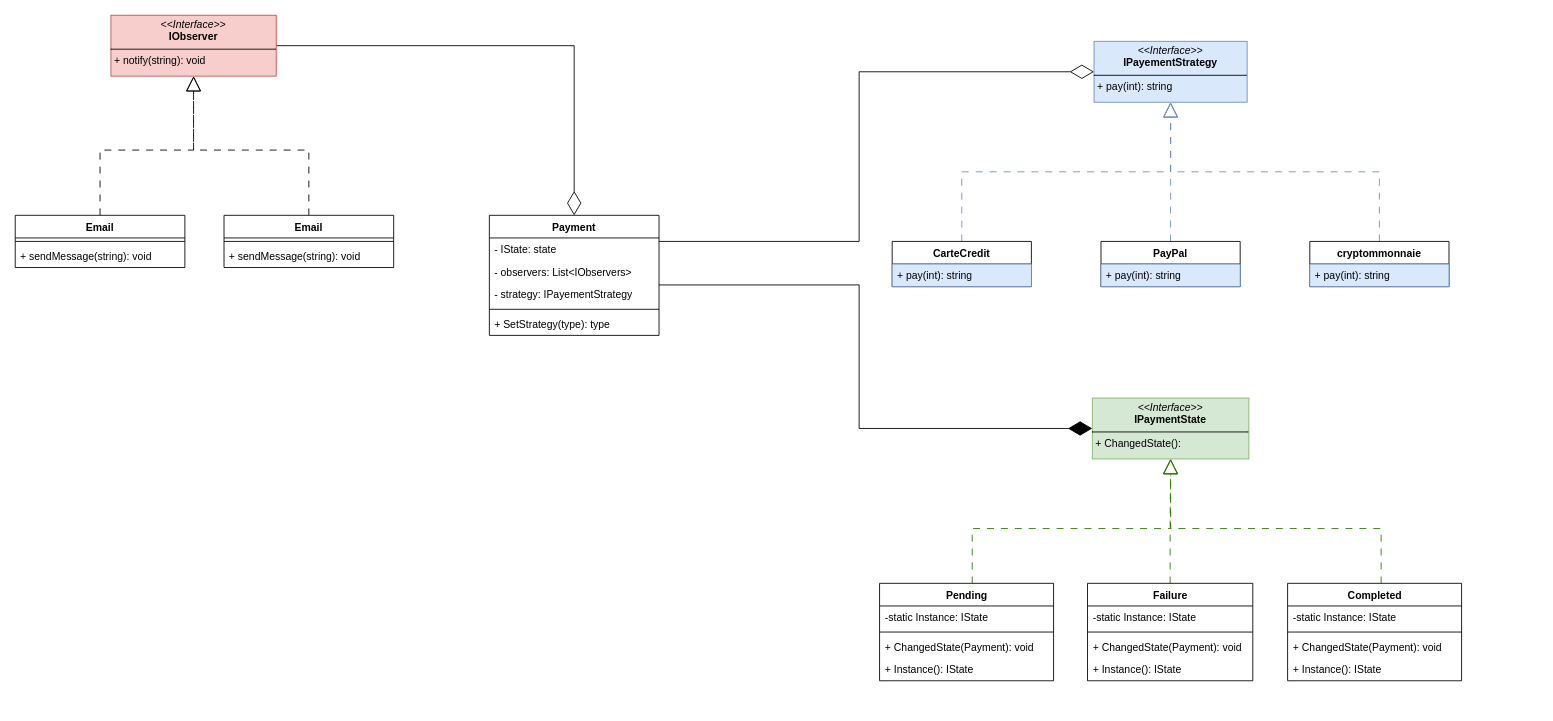
Above: SI_Devoir5.drawio in MAUI-SI-IOS/SI_Devoir5 (draw.io), before the change. Source tidied: cells renumbered, new cells numbered last; positions are measured from the earlier drawing's top-left corner, leaving out a move shared by most shapes. Both pictures are drawn from the tidied source at 87%, with x=0, y=0 at pixel (15, 15).
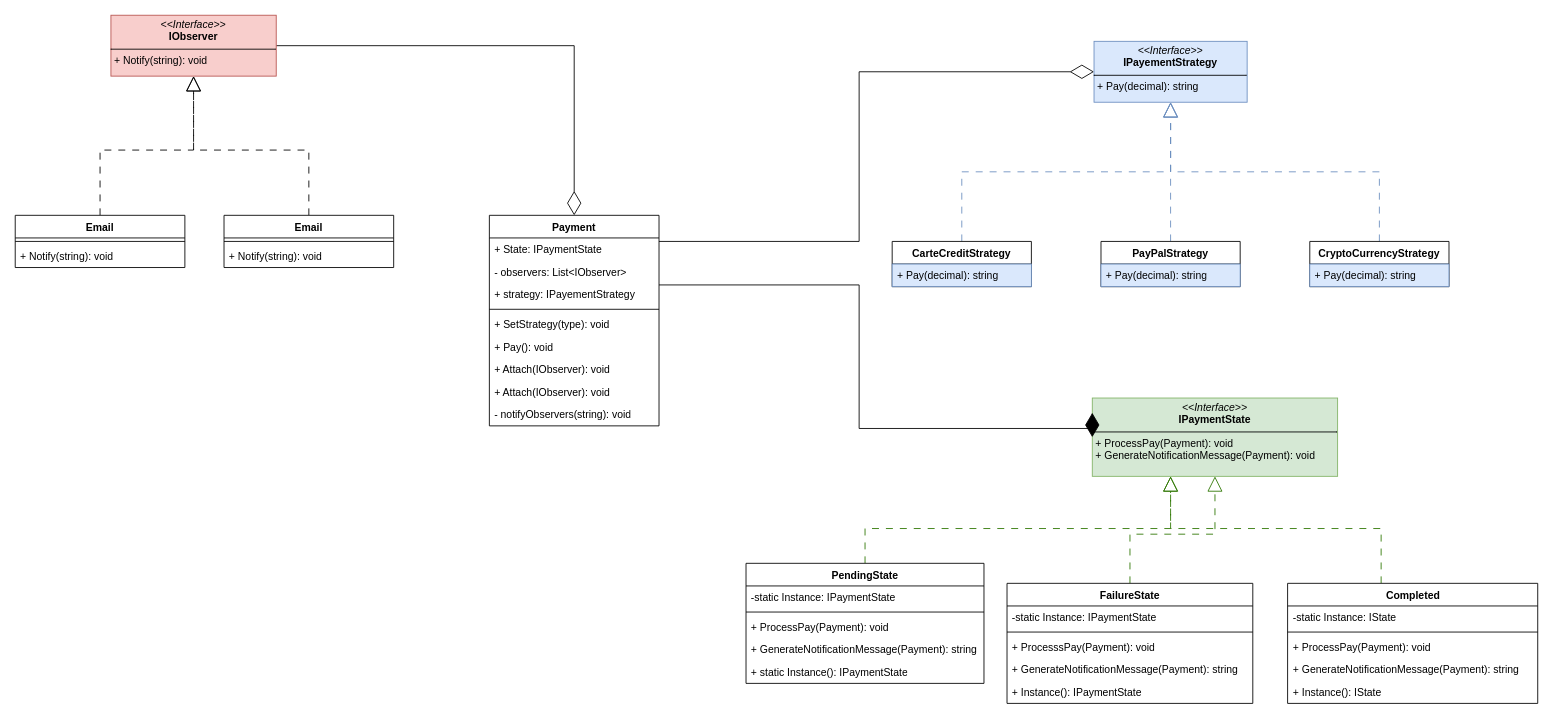
The same diagram, later.

Commit message:
Update SI_Devoir5.drawio to match code

The change refers to these unchanged cells:
```xml
<mxCell id="42" value="Email" style="swimlane;fontStyle=1;align=center;verticalAlign=top;horizontal=1;startSize=26;whiteSpace=wrap;html=1;" parent="1" vertex="1">
  <mxGeometry x="240" y="230" width="195" height="60" as="geometry" />
</mxCell>
<mxCell id="46" value="Email" style="swimlane;fontStyle=1;align=center;verticalAlign=top;horizontal=1;startSize=26;whiteSpace=wrap;html=1;" parent="1" vertex="1">
  <mxGeometry y="230" width="195" height="60" as="geometry" />
</mxCell>
```

The edit, as a diff of the source:
```diff
@@
-    <mxCell id="3" value="CarteCredit" style="swimlane;fontStyle=1;align=center;verticalAlign=top;horizontal=1;startSize=26;whiteSpace=wrap;html=1;" parent="1" vertex="1">
+    <mxCell id="3" value="CarteCreditStrategy" style="swimlane;fontStyle=1;align=center;verticalAlign=top;horizontal=1;startSize=26;whiteSpace=wrap;html=1;" parent="1" vertex="1">
       <mxGeometry x="1008" y="260" width="160" height="52" as="geometry" />
     </mxCell>
-    <mxCell id="4" value="+ pay(int): string" style="text;strokeColor=#6c8ebf;fillColor=#dae8fc;align=left;verticalAlign=top;spacingLeft=4;spacingRight=4;overflow=hidden;whiteSpace=wrap;html=1;" parent="3" vertex="1">
+    <mxCell id="4" value="+ Pay(decimal): string" style="text;strokeColor=#6c8ebf;fillColor=#dae8fc;align=left;verticalAlign=top;spacingLeft=4;spacingRight=4;overflow=hidden;whiteSpace=wrap;html=1;" parent="3" vertex="1">
       <mxGeometry y="26" width="160" height="26" as="geometry" />
     </mxCell>
@@
-    <mxCell id="6" value="PayPal" style="swimlane;fontStyle=1;align=center;verticalAlign=top;horizontal=1;startSize=26;whiteSpace=wrap;html=1;" parent="1" vertex="1">
+    <mxCell id="6" value="PayPalStrategy" style="swimlane;fontStyle=1;align=center;verticalAlign=top;horizontal=1;startSize=26;whiteSpace=wrap;html=1;" parent="1" vertex="1">
       <mxGeometry x="1248" y="260" width="160" height="52" as="geometry" />
     </mxCell>
-    <mxCell id="7" value="+ pay(int): string" style="text;strokeColor=#6c8ebf;fillColor=#dae8fc;align=left;verticalAlign=top;spacingLeft=4;spacingRight=4;overflow=hidden;whiteSpace=wrap;html=1;" parent="6" vertex="1">
+    <mxCell id="7" value="+ Pay(decimal): string" style="text;strokeColor=#6c8ebf;fillColor=#dae8fc;align=left;verticalAlign=top;spacingLeft=4;spacingRight=4;overflow=hidden;whiteSpace=wrap;html=1;" parent="6" vertex="1">
       <mxGeometry y="26" width="160" height="26" as="geometry" />
     </mxCell>
@@
-    <mxCell id="9" value="cryptommonnaie" style="swimlane;fontStyle=1;align=center;verticalAlign=top;horizontal=1;startSize=26;whiteSpace=wrap;html=1;" parent="1" vertex="1">
+    <mxCell id="9" value="CryptoCurrencyStrategy" style="swimlane;fontStyle=1;align=center;verticalAlign=top;horizontal=1;startSize=26;whiteSpace=wrap;html=1;" parent="1" vertex="1">
       <mxGeometry x="1488" y="260" width="160" height="52" as="geometry" />
     </mxCell>
-    <mxCell id="10" value="+ pay(int): string" style="text;strokeColor=#6c8ebf;fillColor=#dae8fc;align=left;verticalAlign=top;spacingLeft=4;spacingRight=4;overflow=hidden;whiteSpace=wrap;html=1;" parent="9" vertex="1">
+    <mxCell id="10" value="+ Pay(decimal): string" style="text;strokeColor=#6c8ebf;fillColor=#dae8fc;align=left;verticalAlign=top;spacingLeft=4;spacingRight=4;overflow=hidden;whiteSpace=wrap;html=1;" parent="9" vertex="1">
       <mxGeometry y="26" width="160" height="26" as="geometry" />
     </mxCell>
-    <mxCell id="11" value="&lt;p style=&quot;margin:0px;margin-top:4px;text-align:center;&quot;&gt;&lt;i&gt;&amp;lt;&amp;lt;Interface&amp;gt;&amp;gt;&lt;/i&gt;&lt;br&gt;&lt;b&gt;IPaymentState&lt;/b&gt;&lt;/p&gt;&lt;hr size=&quot;1&quot; style=&quot;border-style:solid;&quot;&gt;&lt;p style=&quot;margin:0px;margin-left:4px;&quot;&gt;+ ChangedState():&amp;nbsp;&lt;/p&gt;&lt;p style=&quot;margin:0px;margin-left:4px;&quot;&gt;&lt;br&gt;&lt;/p&gt;" style="verticalAlign=top;align=left;overflow=fill;html=1;whiteSpace=wrap;fillColor=#d5e8d4;strokeColor=#82b366;" parent="1" vertex="1">
-      <mxGeometry x="1238" y="440" width="180" height="70" as="geometry" />
+    <mxCell id="11" value="&lt;p style=&quot;margin:0px;margin-top:4px;text-align:center;&quot;&gt;&lt;i&gt;&amp;lt;&amp;lt;Interface&amp;gt;&amp;gt;&lt;/i&gt;&lt;br&gt;&lt;b&gt;IPaymentState&lt;/b&gt;&lt;/p&gt;&lt;hr size=&quot;1&quot; style=&quot;border-style:solid;&quot;&gt;&lt;p style=&quot;margin:0px;margin-left:4px;&quot;&gt;+ ProcessPay(Payment): void&lt;/p&gt;&lt;p style=&quot;margin:0px;margin-left:4px;&quot;&gt;+ GenerateNotificationMessage(Payment): void&lt;/p&gt;" style="verticalAlign=top;align=left;overflow=fill;html=1;whiteSpace=wrap;fillColor=#d5e8d4;strokeColor=#82b366;" parent="1" vertex="1">
+      <mxGeometry x="1238" y="440" width="282" height="90" as="geometry" />
     </mxCell>
-    <mxCell id="12" value="&lt;p style=&quot;margin:0px;margin-top:4px;text-align:center;&quot;&gt;&lt;i&gt;&amp;lt;&amp;lt;Interface&amp;gt;&amp;gt;&lt;/i&gt;&lt;br&gt;&lt;b&gt;IPayementStrategy&lt;/b&gt;&lt;/p&gt;&lt;hr size=&quot;1&quot; style=&quot;border-style:solid;&quot;&gt;&lt;p style=&quot;margin:0px;margin-left:4px;&quot;&gt;+ pay(int): string&lt;/p&gt;&lt;p style=&quot;margin:0px;margin-left:4px;&quot;&gt;&lt;br&gt;&lt;/p&gt;" style="verticalAlign=top;align=left;overflow=fill;html=1;whiteSpace=wrap;fillColor=#dae8fc;strokeColor=#6c8ebf;" parent="1" vertex="1">
+    <mxCell id="12" value="&lt;p style=&quot;margin:0px;margin-top:4px;text-align:center;&quot;&gt;&lt;i&gt;&amp;lt;&amp;lt;Interface&amp;gt;&amp;gt;&lt;/i&gt;&lt;br&gt;&lt;b&gt;IPayementStrategy&lt;/b&gt;&lt;/p&gt;&lt;hr size=&quot;1&quot; style=&quot;border-style:solid;&quot;&gt;&lt;p style=&quot;margin:0px;margin-left:4px;&quot;&gt;+ Pay(decimal): string&lt;/p&gt;&lt;p style=&quot;margin:0px;margin-left:4px;&quot;&gt;&lt;br&gt;&lt;/p&gt;" style="verticalAlign=top;align=left;overflow=fill;html=1;whiteSpace=wrap;fillColor=#dae8fc;strokeColor=#6c8ebf;" parent="1" vertex="1">
       <mxGeometry x="1240" y="30" width="176" height="70" as="geometry" />
     </mxCell>
     <mxCell id="13" style="edgeStyle=orthogonalEdgeStyle;rounded=0;jettySize=auto;html=1;endArrow=block;endFill=0;endSize=15;dashed=1;dashPattern=8 8;fillColor=#60a917;strokeColor=#2D7600;" parent="1" edge="1" source="14" target="11">
       <mxGeometry relative="1" as="geometry">
         <Array as="points">
-          <mxPoint x="1100" y="590" />
+          <mxPoint x="977" y="590" />
           <mxPoint x="1328" y="590" />
         </Array>
       </mxGeometry>
     </mxCell>
-    <mxCell id="14" value="Pending" style="swimlane;fontStyle=1;align=center;verticalAlign=top;horizontal=1;startSize=26;whiteSpace=wrap;html=1;" parent="1" vertex="1">
-      <mxGeometry x="993.5" y="653" width="200" height="112" as="geometry" />
+    <mxCell id="14" value="PendingState" style="swimlane;fontStyle=1;align=center;verticalAlign=top;horizontal=1;startSize=26;whiteSpace=wrap;html=1;" parent="1" vertex="1">
+      <mxGeometry x="840" y="630" width="273.5" height="138" as="geometry" />
     </mxCell>
-    <mxCell id="15" value="-static Instance: IState" style="text;strokeColor=none;fillColor=none;align=left;verticalAlign=top;spacingLeft=4;spacingRight=4;overflow=hidden;whiteSpace=wrap;html=1;" parent="14" vertex="1">
-      <mxGeometry y="26" width="200" height="26" as="geometry" />
+    <mxCell id="15" value="-static Instance: IPaymentState" style="text;strokeColor=none;fillColor=none;align=left;verticalAlign=top;spacingLeft=4;spacingRight=4;overflow=hidden;whiteSpace=wrap;html=1;" parent="14" vertex="1">
+      <mxGeometry y="26" width="273.5" height="26" as="geometry" />
     </mxCell>
     <mxCell id="16" style="line;strokeWidth=1;fillColor=none;align=left;verticalAlign=middle;spacingTop=-1;spacingLeft=3;spacingRight=3;labelPosition=right;strokeColor=inherit;" parent="14" vertex="1">
-      <mxGeometry y="52" width="200" height="8" as="geometry" />
+      <mxGeometry y="52" width="273.5" height="8" as="geometry" />
     </mxCell>
+    <mxCell id="49" value="+ ProcessPay&lt;span style=&quot;background-color: transparent; color: light-dark(rgb(0, 0, 0), rgb(255, 255, 255));&quot;&gt;(Payment): void&lt;/span&gt;" style="text;strokeColor=none;fillColor=none;align=left;verticalAlign=top;spacingLeft=4;spacingRight=4;overflow=hidden;whiteSpace=wrap;html=1;" parent="14" vertex="1">
+      <mxGeometry y="60" width="273.5" height="26" as="geometry" />
+    </mxCell>
-    <mxCell id="17" value="+ ChangedState(Payment): void" style="text;strokeColor=none;fillColor=none;align=left;verticalAlign=top;spacingLeft=4;spacingRight=4;overflow=hidden;whiteSpace=wrap;html=1;" parent="14" vertex="1">
-      <mxGeometry y="60" width="200" height="26" as="geometry" />
+    <mxCell id="17" value="+ GenerateNotificationMessage&lt;span style=&quot;background-color: transparent; color: light-dark(rgb(0, 0, 0), rgb(255, 255, 255));&quot;&gt;(Payment): string&lt;/span&gt;" style="text;strokeColor=none;fillColor=none;align=left;verticalAlign=top;spacingLeft=4;spacingRight=4;overflow=hidden;whiteSpace=wrap;html=1;" parent="14" vertex="1">
+      <mxGeometry y="86" width="273.5" height="26" as="geometry" />
     </mxCell>
-    <mxCell id="18" value="+ Instance(): IState" style="text;strokeColor=none;fillColor=none;align=left;verticalAlign=top;spacingLeft=4;spacingRight=4;overflow=hidden;whiteSpace=wrap;html=1;" parent="14" vertex="1">
-      <mxGeometry y="86" width="200" height="26" as="geometry" />
+    <mxCell id="18" value="+ static Instance(): IPaymentState" style="text;strokeColor=none;fillColor=none;align=left;verticalAlign=top;spacingLeft=4;spacingRight=4;overflow=hidden;whiteSpace=wrap;html=1;" parent="14" vertex="1">
+      <mxGeometry y="112" width="273.5" height="26" as="geometry" />
     </mxCell>
@@
-    <mxCell id="20" value="Failure" style="swimlane;fontStyle=1;align=center;verticalAlign=top;horizontal=1;startSize=26;whiteSpace=wrap;html=1;" parent="1" vertex="1">
-      <mxGeometry x="1232.5" y="653" width="190" height="112" as="geometry" />
+    <mxCell id="20" value="FailureState" style="swimlane;fontStyle=1;align=center;verticalAlign=top;horizontal=1;startSize=26;whiteSpace=wrap;html=1;" parent="1" vertex="1">
+      <mxGeometry x="1140" y="653" width="282.5" height="138" as="geometry" />
     </mxCell>
-    <mxCell id="21" value="-static Instance: IState" style="text;strokeColor=none;fillColor=none;align=left;verticalAlign=top;spacingLeft=4;spacingRight=4;overflow=hidden;whiteSpace=wrap;html=1;" parent="20" vertex="1">
-      <mxGeometry y="26" width="190" height="26" as="geometry" />
+    <mxCell id="21" value="-static Instance: IPaymentState" style="text;strokeColor=none;fillColor=none;align=left;verticalAlign=top;spacingLeft=4;spacingRight=4;overflow=hidden;whiteSpace=wrap;html=1;" parent="20" vertex="1">
+      <mxGeometry y="26" width="282.5" height="26" as="geometry" />
     </mxCell>
     <mxCell id="22" style="line;strokeWidth=1;fillColor=none;align=left;verticalAlign=middle;spacingTop=-1;spacingLeft=3;spacingRight=3;labelPosition=right;strokeColor=inherit;" parent="20" vertex="1">
-      <mxGeometry y="52" width="190" height="8" as="geometry" />
+      <mxGeometry y="52" width="282.5" height="8" as="geometry" />
     </mxCell>
+    <mxCell id="50" value="+ ProcesssPay(Payment): void" style="text;strokeColor=none;fillColor=none;align=left;verticalAlign=top;spacingLeft=4;spacingRight=4;overflow=hidden;whiteSpace=wrap;html=1;" parent="20" vertex="1">
+      <mxGeometry y="60" width="282.5" height="26" as="geometry" />
+    </mxCell>
-    <mxCell id="23" value="+ ChangedState(Payment): void" style="text;strokeColor=none;fillColor=none;align=left;verticalAlign=top;spacingLeft=4;spacingRight=4;overflow=hidden;whiteSpace=wrap;html=1;" parent="20" vertex="1">
-      <mxGeometry y="60" width="190" height="26" as="geometry" />
+    <mxCell id="23" value="+ GenerateNotificationMessage(Payment): string" style="text;strokeColor=none;fillColor=none;align=left;verticalAlign=top;spacingLeft=4;spacingRight=4;overflow=hidden;whiteSpace=wrap;html=1;" parent="20" vertex="1">
+      <mxGeometry y="86" width="282.5" height="26" as="geometry" />
     </mxCell>
-    <mxCell id="24" value="+ Instance(): IState" style="text;strokeColor=none;fillColor=none;align=left;verticalAlign=top;spacingLeft=4;spacingRight=4;overflow=hidden;whiteSpace=wrap;html=1;" parent="20" vertex="1">
-      <mxGeometry y="86" width="190" height="26" as="geometry" />
+    <mxCell id="24" value="+ Instance(): IPaymentState" style="text;strokeColor=none;fillColor=none;align=left;verticalAlign=top;spacingLeft=4;spacingRight=4;overflow=hidden;whiteSpace=wrap;html=1;" parent="20" vertex="1">
+      <mxGeometry y="112" width="282.5" height="26" as="geometry" />
     </mxCell>
@@
     <mxCell id="26" value="Completed" style="swimlane;fontStyle=1;align=center;verticalAlign=top;horizontal=1;startSize=26;whiteSpace=wrap;html=1;" parent="1" vertex="1">
-      <mxGeometry x="1462.5" y="653" width="200" height="112" as="geometry" />
+      <mxGeometry x="1462.5" y="653" width="287.5" height="138" as="geometry" />
     </mxCell>
     <mxCell id="27" value="-static Instance: IState" style="text;strokeColor=none;fillColor=none;align=left;verticalAlign=top;spacingLeft=4;spacingRight=4;overflow=hidden;whiteSpace=wrap;html=1;" parent="26" vertex="1">
-      <mxGeometry y="26" width="200" height="26" as="geometry" />
+      <mxGeometry y="26" width="287.5" height="26" as="geometry" />
     </mxCell>
     <mxCell id="28" style="line;strokeWidth=1;fillColor=none;align=left;verticalAlign=middle;spacingTop=-1;spacingLeft=3;spacingRight=3;labelPosition=right;strokeColor=inherit;" parent="26" vertex="1">
-      <mxGeometry y="52" width="200" height="8" as="geometry" />
+      <mxGeometry y="52" width="287.5" height="8" as="geometry" />
     </mxCell>
-    <mxCell id="29" value="+ ChangedState(Payment): void" style="text;strokeColor=none;fillColor=none;align=left;verticalAlign=top;spacingLeft=4;spacingRight=4;overflow=hidden;whiteSpace=wrap;html=1;" parent="26" vertex="1">
-      <mxGeometry y="60" width="200" height="26" as="geometry" />
+    <mxCell id="29" value="+ ProcessPay(Payment): void" style="text;strokeColor=none;fillColor=none;align=left;verticalAlign=top;spacingLeft=4;spacingRight=4;overflow=hidden;whiteSpace=wrap;html=1;" parent="26" vertex="1">
+      <mxGeometry y="60" width="287.5" height="26" as="geometry" />
     </mxCell>
+    <mxCell id="51" value="+ GenerateNotificationMessage(Payment): string" style="text;strokeColor=none;fillColor=none;align=left;verticalAlign=top;spacingLeft=4;spacingRight=4;overflow=hidden;whiteSpace=wrap;html=1;" parent="26" vertex="1">
+      <mxGeometry y="86" width="287.5" height="26" as="geometry" />
+    </mxCell>
     <mxCell id="30" value="+ Instance(): IState" style="text;strokeColor=none;fillColor=none;align=left;verticalAlign=top;spacingLeft=4;spacingRight=4;overflow=hidden;whiteSpace=wrap;html=1;" parent="26" vertex="1">
-      <mxGeometry y="86" width="200" height="26" as="geometry" />
+      <mxGeometry y="112" width="287.5" height="26" as="geometry" />
     </mxCell>
@@
-    <mxCell id="32" value="&lt;p style=&quot;margin:0px;margin-top:4px;text-align:center;&quot;&gt;&lt;i&gt;&amp;lt;&amp;lt;Interface&amp;gt;&amp;gt;&lt;/i&gt;&lt;br&gt;&lt;b&gt;IObserver&lt;/b&gt;&lt;/p&gt;&lt;hr size=&quot;1&quot; style=&quot;border-style:solid;&quot;&gt;&lt;p style=&quot;margin:0px;margin-left:4px;&quot;&gt;+ notify(string): void&lt;/p&gt;" style="verticalAlign=top;align=left;overflow=fill;html=1;whiteSpace=wrap;fillColor=#f8cecc;strokeColor=#b85450;" parent="1" vertex="1">
+    <mxCell id="32" value="&lt;p style=&quot;margin:0px;margin-top:4px;text-align:center;&quot;&gt;&lt;i&gt;&amp;lt;&amp;lt;Interface&amp;gt;&amp;gt;&lt;/i&gt;&lt;br&gt;&lt;b&gt;IObserver&lt;/b&gt;&lt;/p&gt;&lt;hr size=&quot;1&quot; style=&quot;border-style:solid;&quot;&gt;&lt;p style=&quot;margin:0px;margin-left:4px;&quot;&gt;+ Notify(string): void&lt;/p&gt;" style="verticalAlign=top;align=left;overflow=fill;html=1;whiteSpace=wrap;fillColor=#f8cecc;strokeColor=#b85450;" parent="1" vertex="1">
       <mxGeometry x="110" width="190" height="70" as="geometry" />
     </mxCell>
@@
     <mxCell id="36" value="Payment" style="swimlane;fontStyle=1;align=center;verticalAlign=top;horizontal=1;startSize=26;whiteSpace=wrap;html=1;" parent="1" vertex="1">
-      <mxGeometry x="545" y="230" width="195" height="138" as="geometry" />
+      <mxGeometry x="545" y="230" width="195" height="242" as="geometry" />
     </mxCell>
-    <mxCell id="37" value="- IState: state" style="text;strokeColor=none;fillColor=none;align=left;verticalAlign=top;spacingLeft=4;spacingRight=4;overflow=hidden;whiteSpace=wrap;html=1;" parent="36" vertex="1">
+    <mxCell id="37" value="+ State: IPaymentState" style="text;strokeColor=none;fillColor=none;align=left;verticalAlign=top;spacingLeft=4;spacingRight=4;overflow=hidden;whiteSpace=wrap;html=1;" parent="36" vertex="1">
       <mxGeometry y="26" width="195" height="26" as="geometry" />
     </mxCell>
-    <mxCell id="38" value="- observers: List&amp;lt;IObservers&amp;gt;" style="text;strokeColor=none;fillColor=none;align=left;verticalAlign=top;spacingLeft=4;spacingRight=4;overflow=hidden;whiteSpace=wrap;html=1;" parent="36" vertex="1">
+    <mxCell id="38" value="- observers: List&amp;lt;IObserver&amp;gt;" style="text;strokeColor=none;fillColor=none;align=left;verticalAlign=top;spacingLeft=4;spacingRight=4;overflow=hidden;whiteSpace=wrap;html=1;" parent="36" vertex="1">
       <mxGeometry y="52" width="195" height="26" as="geometry" />
     </mxCell>
-    <mxCell id="39" value="- strategy: IPayementStrategy" style="text;strokeColor=none;fillColor=none;align=left;verticalAlign=top;spacingLeft=4;spacingRight=4;overflow=hidden;whiteSpace=wrap;html=1;" parent="36" vertex="1">
+    <mxCell id="39" value="+ strategy: IPayementStrategy" style="text;strokeColor=none;fillColor=none;align=left;verticalAlign=top;spacingLeft=4;spacingRight=4;overflow=hidden;whiteSpace=wrap;html=1;" parent="36" vertex="1">
       <mxGeometry y="78" width="195" height="26" as="geometry" />
     </mxCell>
@@
-    <mxCell id="41" value="+ SetStrategy(type): type" style="text;strokeColor=none;fillColor=none;align=left;verticalAlign=top;spacingLeft=4;spacingRight=4;overflow=hidden;whiteSpace=wrap;html=1;" parent="36" vertex="1">
+    <mxCell id="41" value="+ SetStrategy(type): void" style="text;strokeColor=none;fillColor=none;align=left;verticalAlign=top;spacingLeft=4;spacingRight=4;overflow=hidden;whiteSpace=wrap;html=1;" parent="36" vertex="1">
       <mxGeometry y="112" width="195" height="26" as="geometry" />
     </mxCell>
+    <mxCell id="52" value="+ Pay(): void" style="text;strokeColor=none;fillColor=none;align=left;verticalAlign=top;spacingLeft=4;spacingRight=4;overflow=hidden;whiteSpace=wrap;html=1;" parent="36" vertex="1">
+      <mxGeometry y="138" width="195" height="26" as="geometry" />
+    </mxCell>
+    <mxCell id="53" value="+ Attach(IObserver): void" style="text;strokeColor=none;fillColor=none;align=left;verticalAlign=top;spacingLeft=4;spacingRight=4;overflow=hidden;whiteSpace=wrap;html=1;" parent="36" vertex="1">
+      <mxGeometry y="164" width="195" height="26" as="geometry" />
+    </mxCell>
+    <mxCell id="54" value="+ Attach(IObserver): void" style="text;strokeColor=none;fillColor=none;align=left;verticalAlign=top;spacingLeft=4;spacingRight=4;overflow=hidden;whiteSpace=wrap;html=1;" parent="36" vertex="1">
+      <mxGeometry y="190" width="195" height="26" as="geometry" />
+    </mxCell>
+    <mxCell id="55" value="- notifyObservers(string): void" style="text;strokeColor=none;fillColor=none;align=left;verticalAlign=top;spacingLeft=4;spacingRight=4;overflow=hidden;whiteSpace=wrap;html=1;" parent="36" vertex="1">
+      <mxGeometry y="216" width="195" height="26" as="geometry" />
+    </mxCell>
@@
-    <mxCell id="44" value="+ sendMessage(string): void" style="text;strokeColor=none;fillColor=none;align=left;verticalAlign=top;spacingLeft=4;spacingRight=4;overflow=hidden;whiteSpace=wrap;html=1;" parent="42" vertex="1">
+    <mxCell id="44" value="+ Notify(string): void" style="text;strokeColor=none;fillColor=none;align=left;verticalAlign=top;spacingLeft=4;spacingRight=4;overflow=hidden;whiteSpace=wrap;html=1;" parent="42" vertex="1">
       <mxGeometry y="34" width="195" height="26" as="geometry" />
     </mxCell>
@@
-    <mxCell id="48" value="+ sendMessage(string): void" style="text;strokeColor=none;fillColor=none;align=left;verticalAlign=top;spacingLeft=4;spacingRight=4;overflow=hidden;whiteSpace=wrap;html=1;" parent="46" vertex="1">
+    <mxCell id="48" value="+ Notify(string): void" style="text;strokeColor=none;fillColor=none;align=left;verticalAlign=top;spacingLeft=4;spacingRight=4;overflow=hidden;whiteSpace=wrap;html=1;" parent="46" vertex="1">
       <mxGeometry y="34" width="195" height="26" as="geometry" />
     </mxCell>
```
